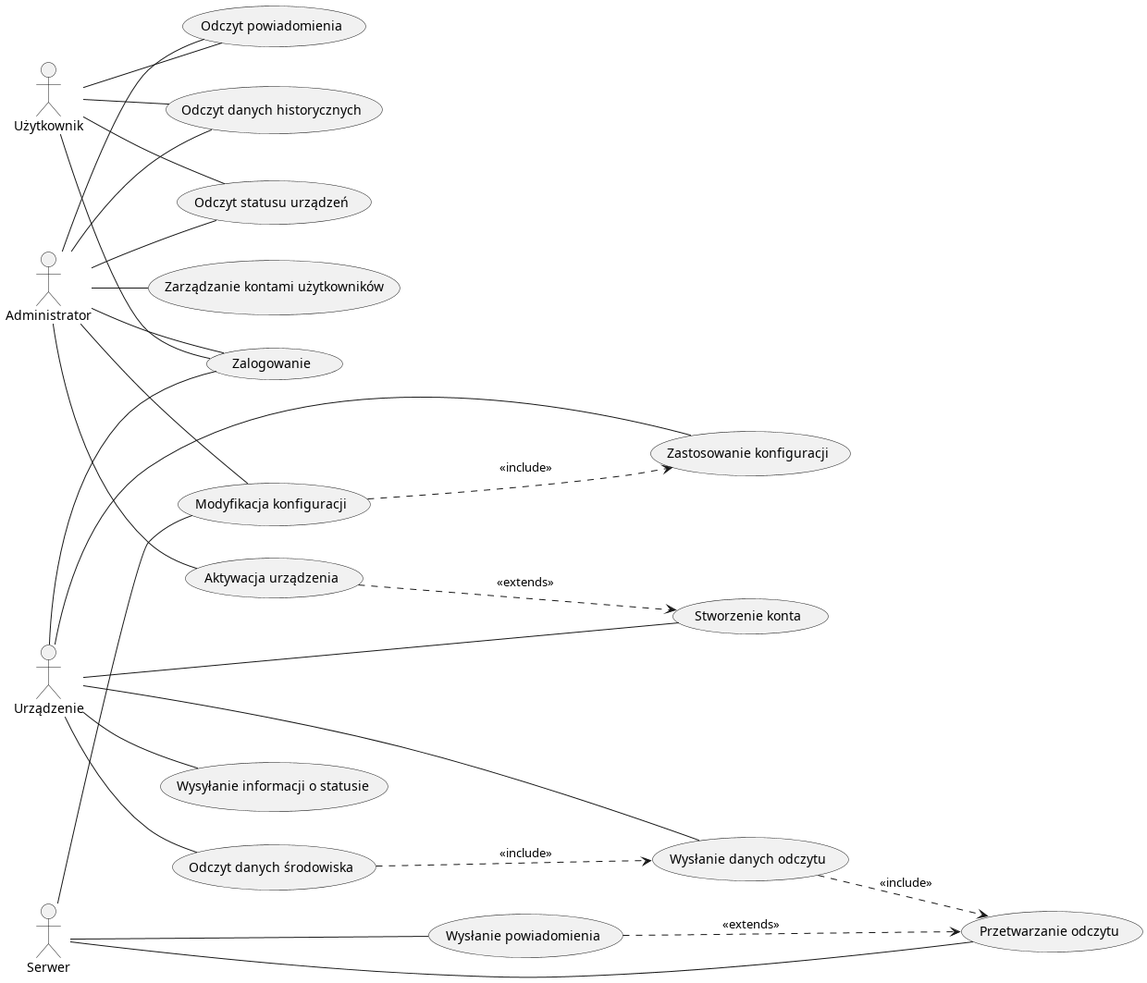
Earlier version of the PlantUML export Tex/uml/use_case_diagram.png (kacperoo29/Atmosphere).
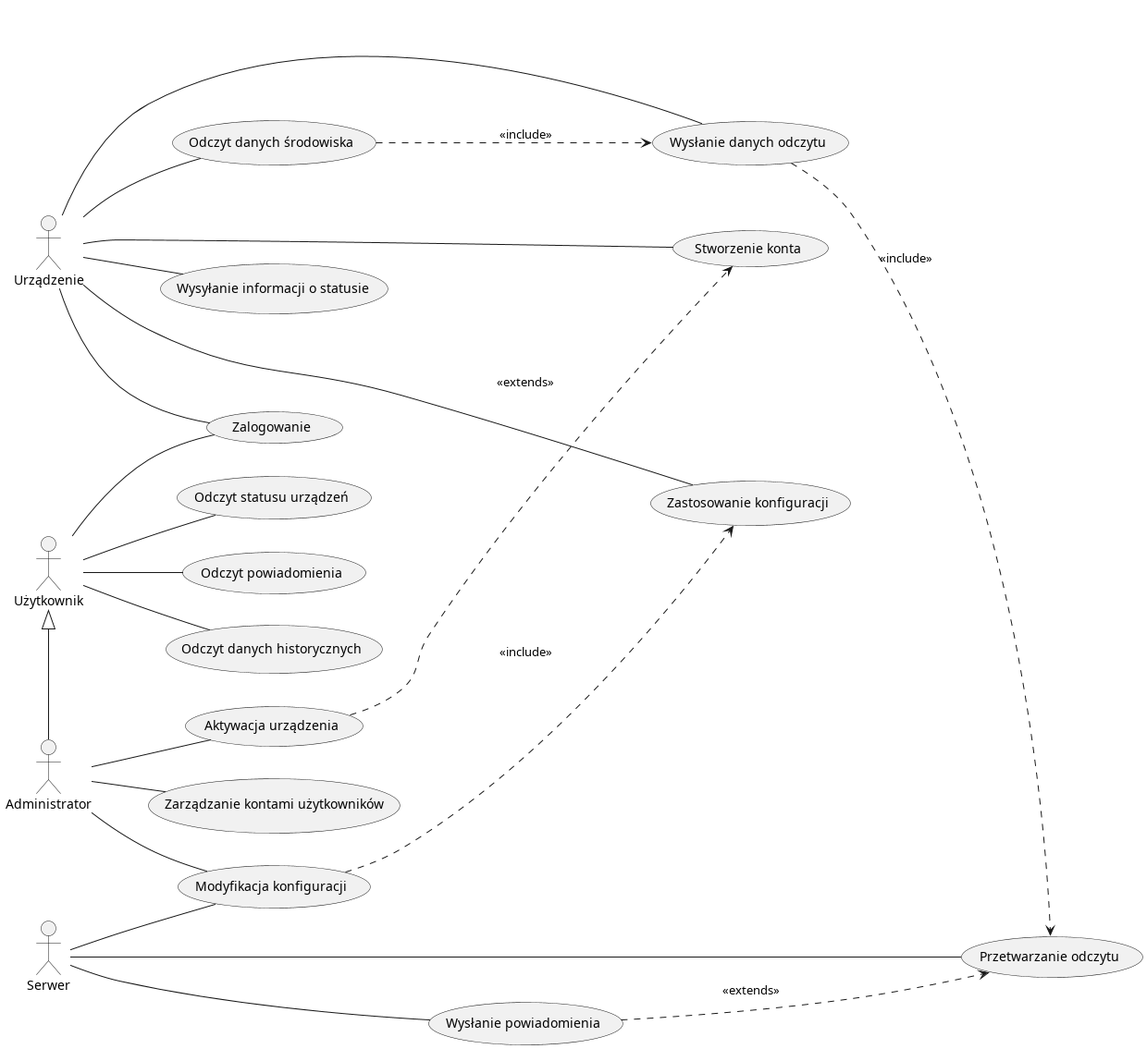
After the commit.

The edit, as a diff of the source:
```diff
@@ -19,15 +19,12 @@
 Urządzenie -- (Zastosowanie konfiguracji)
 Urządzenie -- (Wysyłanie informacji o statusie)
 
-Administrator -- (Zalogowanie)
+Użytkownik <|- Administrator
 Administrator -- (Aktywacja urządzenia)
 (Aktywacja urządzenia) ..> (Stworzenie konta) : <<extends>>
-Administrator -- (Odczyt danych historycznych)
 Administrator -- (Modyfikacja konfiguracji)
 Administrator -- (Zarządzanie kontami użytkowników)
 (Modyfikacja konfiguracji) ..> (Zastosowanie konfiguracji) : <<include>>
-Administrator -- (Odczyt statusu urządzeń)
-Administrator -- (Odczyt powiadomienia)
 
 Serwer -- (Przetwarzanie odczytu)
 Serwer -- (Wysłanie powiadomienia)
```
